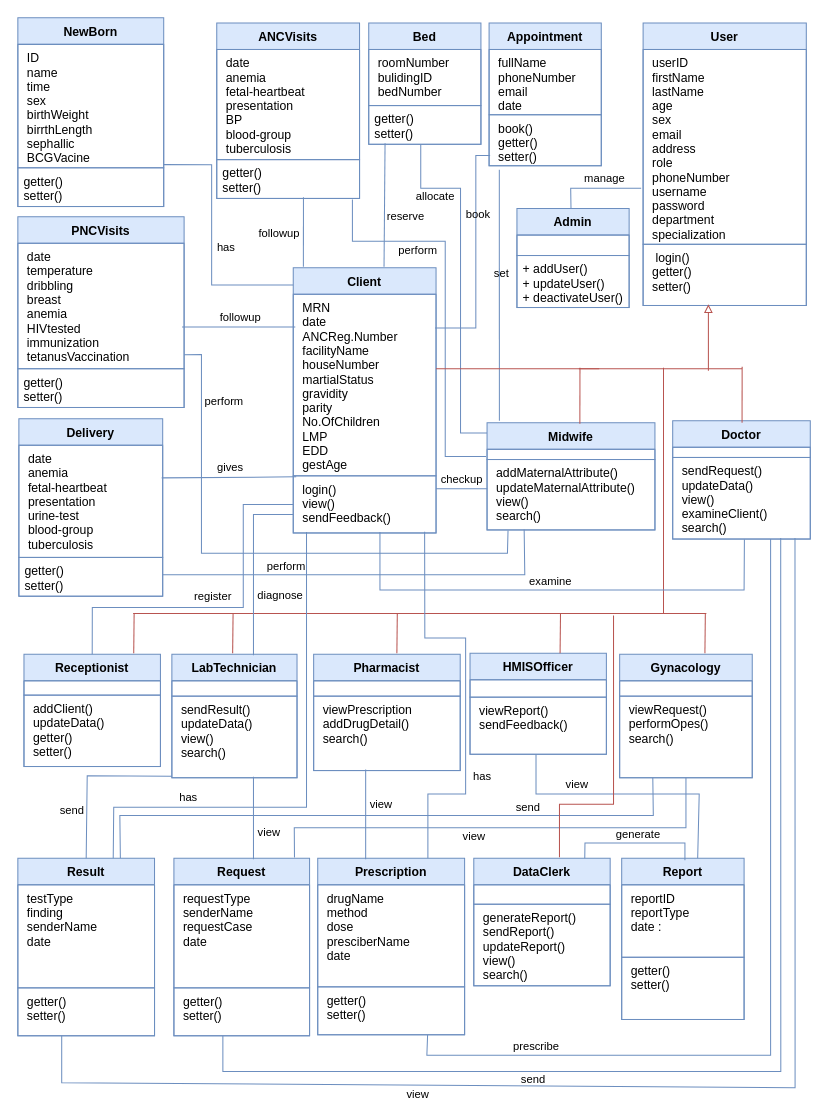
fasil712/UML_Diagram_Design keeps this draw.io diagram as page "Class Diagram" (1 of 2) of Class Diagram.drawio. Above is the earlier version. Source tidied: cells renumbered, new cells numbered last; positions are measured from the earlier drawing's top-left corner, leaving out a move shared by most shapes. Both pictures are drawn from the tidied source at 102%, with x=0, y=0 at pixel (17, 17).
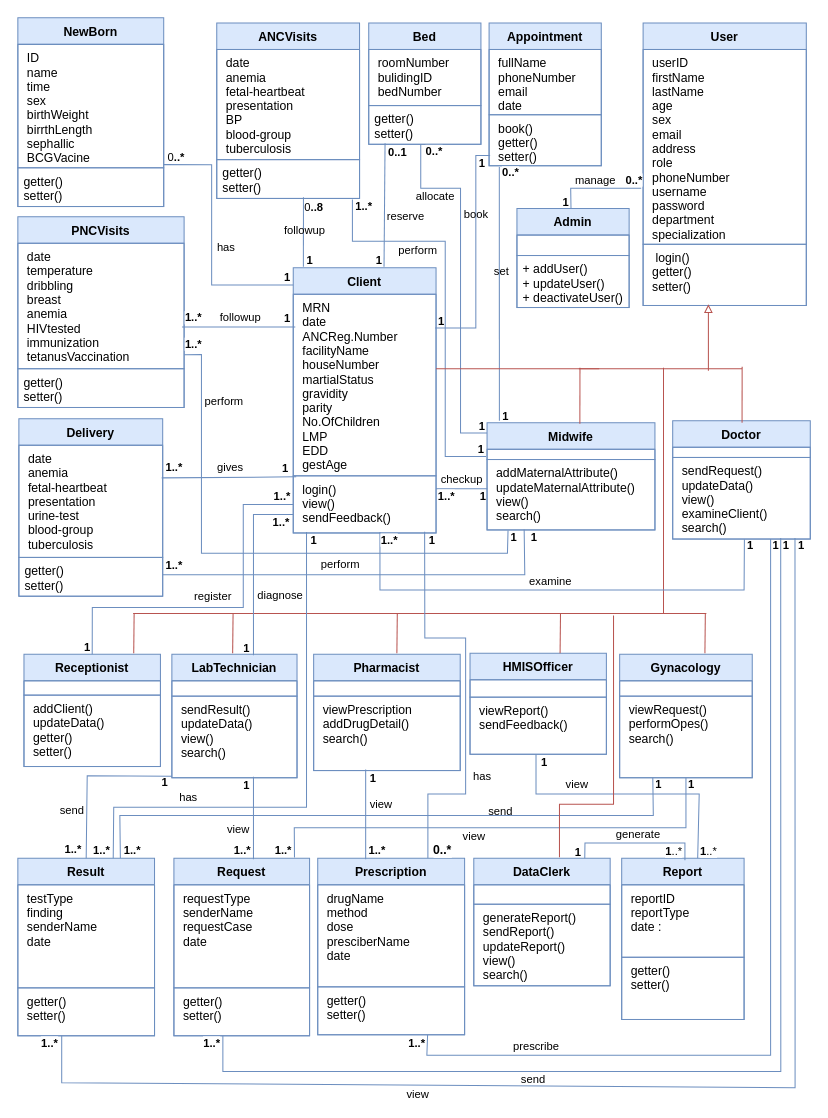
Above is the later version.

The change refers to these unchanged cells:
```xml
<mxCell id="38" style="endArrow=none;html=1;rounded=0;strokeWidth=1;fillColor=#dae8fc;strokeColor=#6c8ebf;exitX=0.071;exitY=-0.004;exitDx=0;exitDy=0;exitPerimeter=0;" parent="1" edge="1" source="17">
  <mxGeometry relative="1" as="geometry">
    <mxPoint x="280" y="176" as="targetPoint" />
  </mxGeometry>
</mxCell>
<mxCell id="53" value=" book() &#10; getter()&#10; setter()" style="text;strokeColor=#6C8EBF;fillColor=none;align=left;verticalAlign=top;spacingLeft=4;spacingRight=4;overflow=hidden;points=[[0,0.5],[1,0.5]];portConstraint=eastwest;strokeWidth=1;spacingTop=0;fontSize=12;" parent="51" vertex="1">
  <mxGeometry y="90" width="110" height="50" as="geometry" />
</mxCell>
<mxCell id="79" style="endArrow=none;html=1;rounded=0;strokeWidth=1;fillColor=#dae8fc;strokeColor=#6c8ebf;" parent="1" edge="1">
  <mxGeometry relative="1" as="geometry">
    <mxPoint x="409" y="304" as="sourcePoint" />
    <mxPoint x="463" y="135" as="targetPoint" />
    <Array as="points">
      <mxPoint x="449" y="304" />
      <mxPoint x="449" y="135" />
    </Array>
  </mxGeometry>
</mxCell>
<mxCell id="98" style="endArrow=none;html=1;rounded=0;strokeWidth=1;fillColor=#dae8fc;strokeColor=#6c8ebf;entryX=0.5;entryY=0;entryDx=0;entryDy=0;" parent="1" edge="1">
  <mxGeometry relative="1" as="geometry">
    <mxPoint x="231" y="744" as="sourcePoint" />
    <mxPoint x="231" y="825" as="targetPoint" />
  </mxGeometry>
</mxCell>
<mxCell id="110" style="endArrow=none;html=1;rounded=0;strokeWidth=1;fillColor=#dae8fc;strokeColor=#6c8ebf;entryX=0.999;entryY=0.882;entryDx=0;entryDy=0;entryPerimeter=0;exitX=0.221;exitY=0.995;exitDx=0;exitDy=0;exitPerimeter=0;" parent="1" edge="1" source="34">
  <mxGeometry relative="1" as="geometry">
    <mxPoint x="141.9" y="546" as="targetPoint" />
    <Array as="points">
      <mxPoint x="497" y="546" />
    </Array>
  </mxGeometry>
</mxCell>
<mxCell id="116" style="endArrow=none;html=1;rounded=0;strokeWidth=1;fillColor=#dae8fc;strokeColor=#6c8ebf;entryX=0.75;entryY=0;entryDx=0;entryDy=0;exitX=0.25;exitY=1;exitDx=0;exitDy=0;" parent="1" edge="1" source="54">
  <mxGeometry relative="1" as="geometry">
    <mxPoint x="100.5" y="824" as="targetPoint" />
    <Array as="points">
      <mxPoint x="623" y="782" />
      <mxPoint x="100" y="782" />
    </Array>
  </mxGeometry>
</mxCell>
<mxCell id="132" style="endArrow=none;html=1;rounded=0;strokeWidth=1;fillColor=#dae8fc;strokeColor=#6c8ebf;exitX=-0.012;exitY=0.712;exitDx=0;exitDy=0;exitPerimeter=0;entryX=0.5;entryY=0;entryDx=0;entryDy=0;" parent="1" edge="1">
  <mxGeometry relative="1" as="geometry">
    <mxPoint x="611.1" y="167" as="sourcePoint" />
    <mxPoint x="542.3" y="187" as="targetPoint" />
    <Array as="points">
      <mxPoint x="542" y="167" />
    </Array>
  </mxGeometry>
</mxCell>
```

Diff of the diagram source:
```diff
@@
-    <mxCell id="39" value="followup" style="edgeLabel;html=1;align=center;verticalAlign=middle;" parent="38" vertex="1">
+    <mxCell id="39" value="followup" style="edgeLabel;html=1;align=center;verticalAlign=middle;labelBackgroundColor=none;" parent="38" vertex="1">
       <mxGeometry x="0.43" y="-2" relative="1" as="geometry">
-        <mxPoint x="-26" y="16" as="offset" />
+        <mxPoint x="-1" y="13" as="offset" />
       </mxGeometry>
     </mxCell>
@@
     <mxCell id="80" value="book" style="edgeLabel;html=1;align=center;verticalAlign=middle;labelBackgroundColor=none;" parent="79" vertex="1">
       <mxGeometry x="0.43" y="-2" relative="1" as="geometry">
-        <mxPoint x="-1" y="7" as="offset" />
+        <mxPoint x="-3" y="7" as="offset" />
       </mxGeometry>
     </mxCell>
-    <mxCell id="81" style="endArrow=none;html=1;rounded=0;strokeWidth=1;exitX=0.25;exitY=0;exitDx=0;exitDy=0;fillColor=#dae8fc;strokeColor=#6c8ebf;entryX=0.091;entryY=1.08;entryDx=0;entryDy=0;entryPerimeter=0;" parent="1" edge="1" target="53">
+    <mxCell id="81" style="endArrow=none;html=1;rounded=0;strokeWidth=1;exitX=0.25;exitY=0;exitDx=0;exitDy=0;fillColor=#dae8fc;strokeColor=#6c8ebf;entryX=0.091;entryY=1.024;entryDx=0;entryDy=0;entryPerimeter=0;" parent="1" edge="1" target="53">
       <mxGeometry relative="1" as="geometry">
         <mxPoint x="472.1" y="395" as="sourcePoint" />
       </mxGeometry>
     </mxCell>
@@
     <mxCell id="99" value="view" style="edgeLabel;html=1;align=center;verticalAlign=middle;" parent="98" vertex="1">
       <mxGeometry x="0.43" y="-2" relative="1" as="geometry">
-        <mxPoint x="16" y="-4" as="offset" />
+        <mxPoint x="-14" y="-7" as="offset" />
       </mxGeometry>
     </mxCell>
@@
     <mxCell id="111" value="perform" style="edgeLabel;html=1;align=center;verticalAlign=middle;" parent="110" vertex="1">
       <mxGeometry x="0.43" y="-2" relative="1" as="geometry">
-        <mxPoint x="7" y="-7" as="offset" />
+        <mxPoint x="60" y="-9" as="offset" />
       </mxGeometry>
     </mxCell>
@@
-    <mxCell id="117" value="send" style="edgeLabel;html=1;align=center;verticalAlign=middle;" parent="116" vertex="1">
+    <mxCell id="117" value="send" style="edgeLabel;html=1;align=center;verticalAlign=middle;labelBackgroundColor=none;" parent="116" vertex="1">
       <mxGeometry x="0.43" y="-2" relative="1" as="geometry">
-        <mxPoint x="269" y="-7" as="offset" />
+        <mxPoint x="242" y="-3" as="offset" />
       </mxGeometry>
     </mxCell>
@@
     <mxCell id="133" value="manage" style="edgeLabel;html=1;align=center;verticalAlign=middle;" parent="132" vertex="1">
       <mxGeometry x="0.43" y="-2" relative="1" as="geometry">
-        <mxPoint x="27" y="-9" as="offset" />
+        <mxPoint x="18" y="-7" as="offset" />
       </mxGeometry>
     </mxCell>
+    <mxCell id="134" value="0&lt;b&gt;..*&lt;/b&gt;" style="edgeLabel;html=1;align=center;verticalAlign=middle;fontSize=11;labelBackgroundColor=none;" parent="1" vertex="1">
+      <mxGeometry x="156" y="139" as="geometry">
+        <mxPoint x="-2" y="-3" as="offset" />
+      </mxGeometry>
+    </mxCell>
+    <mxCell id="135" value="&lt;b&gt;1&lt;/b&gt;" style="edgeLabel;html=1;align=center;verticalAlign=middle;fontSize=11;labelBackgroundColor=none;" parent="1" vertex="1">
+      <mxGeometry x="263.1" y="253" as="geometry" />
+    </mxCell>
+    <mxCell id="136" value="&lt;b&gt;1&lt;/b&gt;" style="edgeLabel;html=1;align=center;verticalAlign=middle;fontSize=11;labelBackgroundColor=none;" parent="1" vertex="1">
+      <mxGeometry x="285.1" y="237" as="geometry" />
+    </mxCell>
+    <mxCell id="137" value="0&lt;font style=&quot;font-size: 11px;&quot;&gt;&lt;b&gt;..8&lt;/b&gt;&lt;/font&gt;" style="edgeLabel;html=1;align=center;verticalAlign=middle;" parent="1" vertex="1">
+      <mxGeometry x="289.9" y="185.3" as="geometry" />
+    </mxCell>
+    <mxCell id="138" value="&lt;b&gt;1..*&lt;/b&gt;" style="edgeLabel;html=1;align=center;verticalAlign=middle;fontSize=11;" parent="1" vertex="1">
+      <mxGeometry x="338.1" y="184.9" as="geometry" />
+    </mxCell>
+    <mxCell id="139" value="&lt;b&gt;0..&lt;font style=&quot;font-size: 11px;&quot;&gt;1&lt;/font&gt;&lt;/b&gt;" style="edgeLabel;html=1;align=center;verticalAlign=middle;" parent="1" vertex="1">
+      <mxGeometry x="371" y="131.9" as="geometry" />
+    </mxCell>
+    <mxCell id="140" value="&lt;b&gt;0..*&lt;/b&gt;" style="edgeLabel;html=1;align=center;verticalAlign=middle;" parent="1" vertex="1">
+      <mxGeometry x="407" y="130.9" as="geometry" />
+    </mxCell>
+    <mxCell id="141" value="&lt;b&gt;1&lt;/b&gt;" style="edgeLabel;html=1;align=center;verticalAlign=middle;fontSize=11;labelBackgroundColor=none;" parent="1" vertex="1">
+      <mxGeometry x="353.1" y="237" as="geometry" />
+    </mxCell>
+    <mxCell id="142" value="&lt;b&gt;1&lt;/b&gt;" style="edgeLabel;html=1;align=center;verticalAlign=middle;fontSize=11;labelBackgroundColor=none;" parent="1" vertex="1">
+      <mxGeometry x="414.1" y="297" as="geometry" />
+    </mxCell>
+    <mxCell id="143" value="&lt;b&gt;1&lt;/b&gt;" style="edgeLabel;html=1;align=center;verticalAlign=middle;fontSize=11;labelBackgroundColor=none;" parent="1" vertex="1">
+      <mxGeometry x="454.1" y="142" as="geometry" />
+    </mxCell>
+    <mxCell id="144" value="&lt;b&gt;0..*&lt;/b&gt;" style="edgeLabel;html=1;align=center;verticalAlign=middle;" parent="1" vertex="1">
+      <mxGeometry x="482" y="151.9" as="geometry" />
+    </mxCell>
+    <mxCell id="145" value="&lt;b&gt;1&lt;/b&gt;" style="edgeLabel;html=1;align=center;verticalAlign=middle;fontSize=11;labelBackgroundColor=none;" parent="1" vertex="1">
+      <mxGeometry x="477.1" y="390" as="geometry" />
+    </mxCell>
+    <mxCell id="146" value="&lt;b&gt;1&lt;/b&gt;" style="edgeLabel;html=1;align=center;verticalAlign=middle;fontSize=11;labelBackgroundColor=none;" parent="1" vertex="1">
+      <mxGeometry x="454.1" y="400" as="geometry" />
+    </mxCell>
+    <mxCell id="147" value="&lt;b&gt;1&lt;/b&gt;" style="edgeLabel;html=1;align=center;verticalAlign=middle;fontSize=11;labelBackgroundColor=none;" parent="1" vertex="1">
+      <mxGeometry x="453.1" y="422" as="geometry" />
+    </mxCell>
+    <mxCell id="148" value="&lt;b&gt;1&lt;/b&gt;" style="edgeLabel;html=1;align=center;verticalAlign=middle;fontSize=11;labelBackgroundColor=none;" parent="1" vertex="1">
+      <mxGeometry x="455.1" y="468" as="geometry" />
+    </mxCell>
+    <mxCell id="149" value="&lt;b&gt;1..*&lt;/b&gt;" style="edgeLabel;html=1;align=center;verticalAlign=middle;fontSize=11;" parent="1" vertex="1">
+      <mxGeometry x="419.9" y="468.7" as="geometry" />
+    </mxCell>
+    <mxCell id="150" value="&lt;b&gt;1&lt;/b&gt;" style="edgeLabel;html=1;align=center;verticalAlign=middle;fontSize=11;labelBackgroundColor=none;" parent="1" vertex="1">
+      <mxGeometry x="536.1" y="180" as="geometry" />
+    </mxCell>
+    <mxCell id="151" value="&lt;b&gt;0..*&lt;/b&gt;" style="edgeLabel;html=1;align=center;verticalAlign=middle;" parent="1" vertex="1">
+      <mxGeometry x="603" y="158.9" as="geometry" />
+    </mxCell>
+    <mxCell id="152" value="&lt;b&gt;1&lt;/b&gt;" style="edgeLabel;html=1;align=center;verticalAlign=middle;fontSize=11;labelBackgroundColor=none;" parent="1" vertex="1">
+      <mxGeometry x="485.1" y="508" as="geometry" />
+    </mxCell>
+    <mxCell id="153" value="&lt;b&gt;1&lt;/b&gt;" style="edgeLabel;html=1;align=center;verticalAlign=middle;fontSize=11;labelBackgroundColor=none;" parent="1" vertex="1">
+      <mxGeometry x="505.1" y="508" as="geometry" />
+    </mxCell>
+    <mxCell id="154" value="&lt;b&gt;1&lt;/b&gt;" style="edgeLabel;html=1;align=center;verticalAlign=middle;fontSize=11;labelBackgroundColor=none;" parent="1" vertex="1">
+      <mxGeometry x="405.1" y="511" as="geometry" />
+    </mxCell>
+    <mxCell id="155" value="&lt;b&gt;1..*&lt;/b&gt;" style="edgeLabel;html=1;align=center;verticalAlign=middle;fontSize=11;" parent="1" vertex="1">
+      <mxGeometry x="363.9" y="511.7" as="geometry" />
+    </mxCell>
+    <mxCell id="156" value="&lt;b&gt;1..*&lt;/b&gt;" style="edgeLabel;html=1;align=center;verticalAlign=middle;fontSize=11;" parent="1" vertex="1">
+      <mxGeometry x="257.9" y="494.7" as="geometry" />
+    </mxCell>
+    <mxCell id="157" value="&lt;b&gt;1..*&lt;/b&gt;" style="edgeLabel;html=1;align=center;verticalAlign=middle;fontSize=11;" parent="1" vertex="1">
+      <mxGeometry x="258.9" y="468.7" as="geometry" />
+    </mxCell>
+    <mxCell id="158" value="&lt;b&gt;1&lt;/b&gt;" style="edgeLabel;html=1;align=center;verticalAlign=middle;fontSize=11;labelBackgroundColor=none;" parent="1" vertex="1">
+      <mxGeometry x="289.1" y="511" as="geometry" />
+    </mxCell>
+    <mxCell id="159" value="&lt;b&gt;1&lt;/b&gt;" style="edgeLabel;html=1;align=center;verticalAlign=middle;fontSize=11;labelBackgroundColor=none;" parent="1" vertex="1">
+      <mxGeometry x="261.1" y="441" as="geometry" />
+    </mxCell>
+    <mxCell id="160" value="&lt;b&gt;1..*&lt;/b&gt;" style="edgeLabel;html=1;align=center;verticalAlign=middle;fontSize=11;" parent="1" vertex="1">
+      <mxGeometry x="152.9" y="440.7" as="geometry" />
+    </mxCell>
+    <mxCell id="161" value="&lt;b&gt;1..*&lt;/b&gt;" style="edgeLabel;html=1;align=center;verticalAlign=middle;fontSize=11;" parent="1" vertex="1">
+      <mxGeometry x="152.9" y="536.7" as="geometry" />
+    </mxCell>
+    <mxCell id="162" value="&lt;b&gt;1&lt;/b&gt;" style="edgeLabel;html=1;align=center;verticalAlign=middle;fontSize=11;labelBackgroundColor=none;" parent="1" vertex="1">
+      <mxGeometry x="263.1" y="294" as="geometry" />
+    </mxCell>
+    <mxCell id="163" value="&lt;b&gt;1..*&lt;/b&gt;" style="edgeLabel;html=1;align=center;verticalAlign=middle;fontSize=11;" parent="1" vertex="1">
+      <mxGeometry x="171.7" y="319.9" as="geometry" />
+    </mxCell>
+    <mxCell id="164" value="&lt;b&gt;1..*&lt;/b&gt;" style="edgeLabel;html=1;align=center;verticalAlign=middle;fontSize=11;" parent="1" vertex="1">
+      <mxGeometry x="171.7" y="293.9" as="geometry" />
+    </mxCell>
+    <mxCell id="165" value="&lt;b&gt;1&lt;/b&gt;" style="edgeLabel;html=1;align=center;verticalAlign=middle;fontSize=11;labelBackgroundColor=none;" parent="1" vertex="1">
+      <mxGeometry x="67.1" y="616" as="geometry" />
+    </mxCell>
+    <mxCell id="166" value="&lt;b&gt;1&lt;/b&gt;" style="edgeLabel;html=1;align=center;verticalAlign=middle;fontSize=11;labelBackgroundColor=none;" parent="1" vertex="1">
+      <mxGeometry x="223.1" y="617" as="geometry" />
+    </mxCell>
+    <mxCell id="167" value="&lt;b&gt;1&lt;/b&gt;" style="edgeLabel;html=1;align=center;verticalAlign=middle;fontSize=11;labelBackgroundColor=none;" parent="1" vertex="1">
+      <mxGeometry x="223.1" y="752" as="geometry" />
+    </mxCell>
+    <mxCell id="168" value="&lt;b&gt;1&lt;/b&gt;" style="edgeLabel;html=1;align=center;verticalAlign=middle;fontSize=11;labelBackgroundColor=none;" parent="1" vertex="1">
+      <mxGeometry x="143.1" y="749" as="geometry" />
+    </mxCell>
+    <mxCell id="169" value="&lt;b&gt;1&lt;/b&gt;" style="edgeLabel;html=1;align=center;verticalAlign=middle;fontSize=11;labelBackgroundColor=none;" parent="1" vertex="1">
+      <mxGeometry x="347.1" y="745" as="geometry" />
+    </mxCell>
+    <mxCell id="170" value="&lt;b&gt;1&lt;/b&gt;" style="edgeLabel;html=1;align=center;verticalAlign=middle;fontSize=11;labelBackgroundColor=none;" parent="1" vertex="1">
+      <mxGeometry x="515.1" y="729" as="geometry" />
+    </mxCell>
+    <mxCell id="171" value="&lt;b&gt;1..*&lt;/b&gt;" style="edgeLabel;html=1;align=center;verticalAlign=middle;fontSize=11;" parent="1" vertex="1">
+      <mxGeometry x="219" y="815.6" as="geometry" />
+    </mxCell>
+    <mxCell id="172" value="&lt;b&gt;1..*&lt;/b&gt;" style="edgeLabel;html=1;align=center;verticalAlign=middle;fontSize=11;" parent="1" vertex="1">
+      <mxGeometry x="259" y="815.6" as="geometry" />
+    </mxCell>
+    <mxCell id="173" value="&lt;b&gt;1..*&lt;/b&gt;" style="edgeLabel;html=1;align=center;verticalAlign=middle;fontSize=11;" parent="1" vertex="1">
+      <mxGeometry x="351" y="815.6" as="geometry" />
+    </mxCell>
+    <mxCell id="174" value="&lt;font style=&quot;font-size: 12px;&quot;&gt;&lt;b&gt;0..*&lt;/b&gt;&lt;/font&gt;" style="edgeLabel;html=1;align=center;verticalAlign=middle;fontSize=11;" parent="1" vertex="1">
+      <mxGeometry x="415" y="815.8" as="geometry" />
+    </mxCell>
+    <mxCell id="175" value="&lt;b&gt;1&lt;/b&gt;" style="edgeLabel;html=1;align=center;verticalAlign=middle;fontSize=11;labelBackgroundColor=none;" parent="1" vertex="1">
+      <mxGeometry x="548.1" y="817" as="geometry" />
+    </mxCell>
+    <mxCell id="176" value="&lt;b&gt;1&lt;/b&gt;..*" style="edgeLabel;html=1;align=center;verticalAlign=middle;fontSize=11;" parent="1" vertex="1">
+      <mxGeometry x="642.7" y="816" as="geometry" />
+    </mxCell>
+    <mxCell id="177" value="&lt;b&gt;1&lt;/b&gt;" style="edgeLabel;html=1;align=center;verticalAlign=middle;fontSize=11;labelBackgroundColor=none;" parent="1" vertex="1">
+      <mxGeometry x="627.1" y="751" as="geometry" />
+    </mxCell>
+    <mxCell id="178" value="&lt;b&gt;1&lt;/b&gt;" style="edgeLabel;html=1;align=center;verticalAlign=middle;fontSize=11;labelBackgroundColor=none;" parent="1" vertex="1">
+      <mxGeometry x="659.1" y="751" as="geometry" />
+    </mxCell>
+    <mxCell id="179" value="&lt;b&gt;1&lt;/b&gt;..*" style="edgeLabel;html=1;align=center;verticalAlign=middle;fontSize=11;" parent="1" vertex="1">
+      <mxGeometry x="676.7" y="816" as="geometry" />
+    </mxCell>
+    <mxCell id="180" value="&lt;b&gt;1..*&lt;/b&gt;" style="edgeLabel;html=1;align=center;verticalAlign=middle;fontSize=11;" parent="1" vertex="1">
+      <mxGeometry x="390" y="1004.6" as="geometry" />
+    </mxCell>
+    <mxCell id="181" value="&lt;b&gt;1..*&lt;/b&gt;" style="edgeLabel;html=1;align=center;verticalAlign=middle;fontSize=11;" parent="1" vertex="1">
+      <mxGeometry x="189" y="1004.6" as="geometry" />
+    </mxCell>
+    <mxCell id="182" value="&lt;b&gt;1..*&lt;/b&gt;" style="edgeLabel;html=1;align=center;verticalAlign=middle;fontSize=11;" parent="1" vertex="1">
+      <mxGeometry x="30" y="1004.6" as="geometry" />
+    </mxCell>
+    <mxCell id="183" value="&lt;b&gt;1..*&lt;/b&gt;" style="edgeLabel;html=1;align=center;verticalAlign=middle;fontSize=11;" parent="1" vertex="1">
+      <mxGeometry x="53" y="814.6" as="geometry" />
+    </mxCell>
+    <mxCell id="184" value="&lt;b&gt;1..*&lt;/b&gt;" style="edgeLabel;html=1;align=center;verticalAlign=middle;fontSize=11;" parent="1" vertex="1">
+      <mxGeometry x="81" y="815.6" as="geometry" />
+    </mxCell>
+    <mxCell id="185" value="&lt;b&gt;1..*&lt;/b&gt;" style="edgeLabel;html=1;align=center;verticalAlign=middle;fontSize=11;" parent="1" vertex="1">
+      <mxGeometry x="111" y="815.6" as="geometry" />
+    </mxCell>
+    <mxCell id="186" value="&lt;b&gt;1&lt;/b&gt;" style="edgeLabel;html=1;align=center;verticalAlign=middle;fontSize=11;labelBackgroundColor=none;" parent="1" vertex="1">
+      <mxGeometry x="717.1" y="516" as="geometry" />
+    </mxCell>
+    <mxCell id="187" value="&lt;b&gt;1&lt;/b&gt;" style="edgeLabel;html=1;align=center;verticalAlign=middle;fontSize=11;labelBackgroundColor=none;" parent="1" vertex="1">
+      <mxGeometry x="742.1" y="516" as="geometry" />
+    </mxCell>
+    <mxCell id="188" value="&lt;b&gt;1&lt;/b&gt;" style="edgeLabel;html=1;align=center;verticalAlign=middle;fontSize=11;labelBackgroundColor=none;" parent="1" vertex="1">
+      <mxGeometry x="752.1" y="516" as="geometry" />
+    </mxCell>
+    <mxCell id="189" value="&lt;b&gt;1&lt;/b&gt;" style="edgeLabel;html=1;align=center;verticalAlign=middle;fontSize=11;labelBackgroundColor=none;" parent="1" vertex="1">
+      <mxGeometry x="767.1" y="516" as="geometry" />
+    </mxCell>
```
